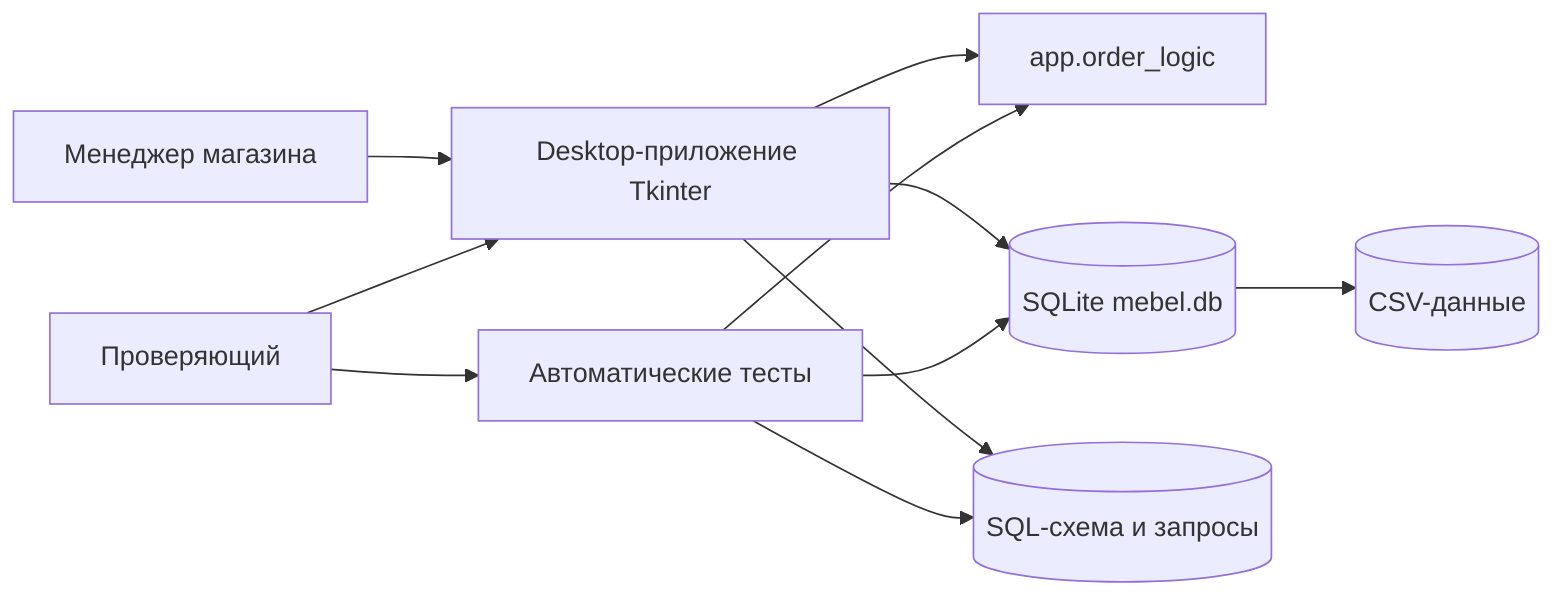
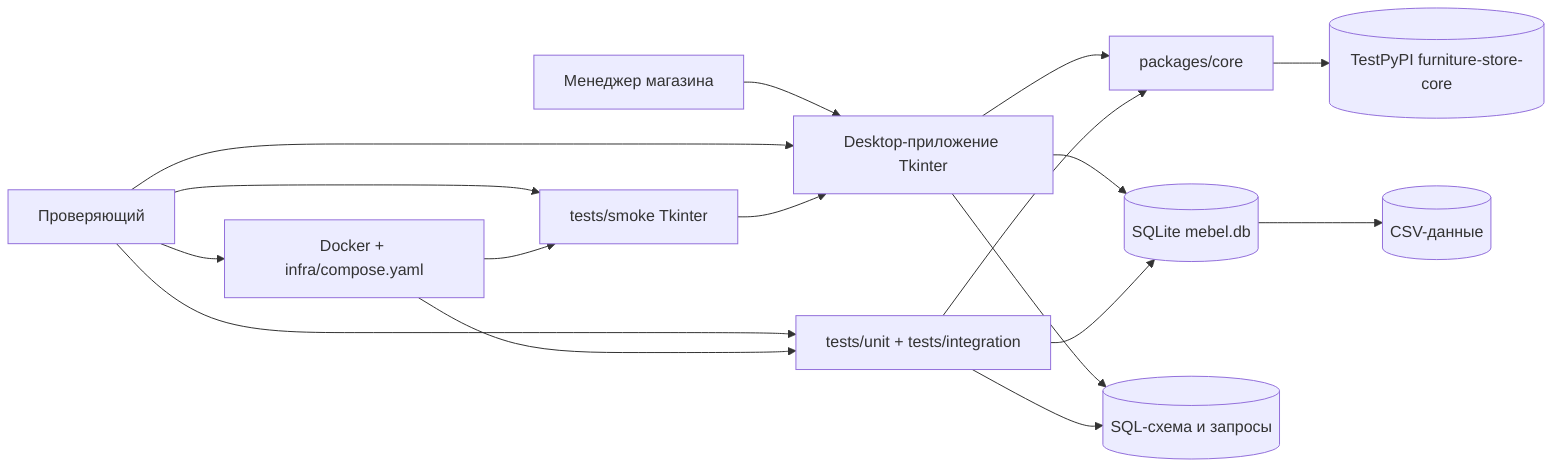
flowchart LR
    Manager[Менеджер магазина]
    Reviewer[Проверяющий]
    App[Desktop-приложение Tkinter]
-     Core[app.order_logic]
+     Core[packages/core]
    SQLite[(SQLite mebel.db)]
    CSV[(CSV-данные)]
    SQL[(SQL-схема и запросы)]
+     Tests[tests/unit + tests/integration]
+     Smoke[tests/smoke Tkinter]
+     Docker[Docker + infra/compose.yaml]
+     TestPyPI[(TestPyPI furniture-store-core)]

    Manager --> App
    Reviewer --> App
-     Reviewer --> Tests[Автоматические тесты]
+     Reviewer --> Tests
+     Reviewer --> Smoke
+     Reviewer --> Docker
    App --> Core
    App --> SQLite
    App --> SQL
    SQLite --> CSV
    Tests --> Core
    Tests --> SQLite
    Tests --> SQL
+     Smoke --> App
+     Docker --> Tests
+     Docker --> Smoke
+     Core --> TestPyPI
